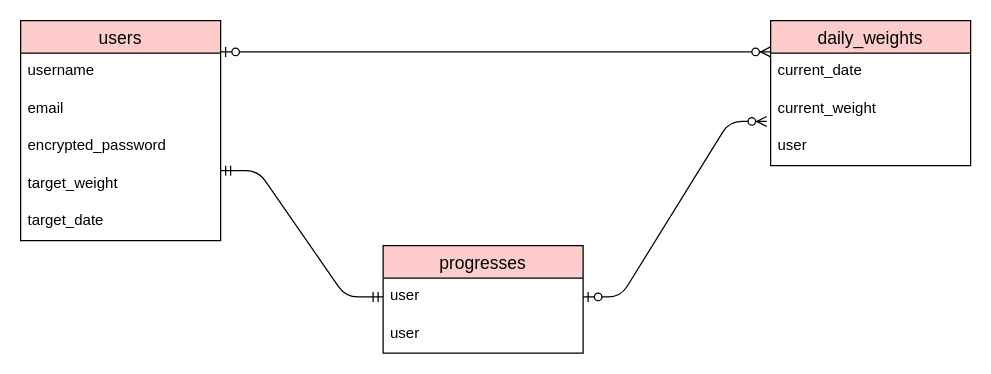
Before: ER.dio in SHUNOOFT/WeightLossTraker2, a draw.io diagram. Source tidied: cells renumbered, new cells numbered last; positions are measured from the earlier drawing's top-left corner, leaving out a move shared by most shapes. Both pictures are drawn from the tidied source at 125%, with x=0, y=0 at pixel (20, 20).
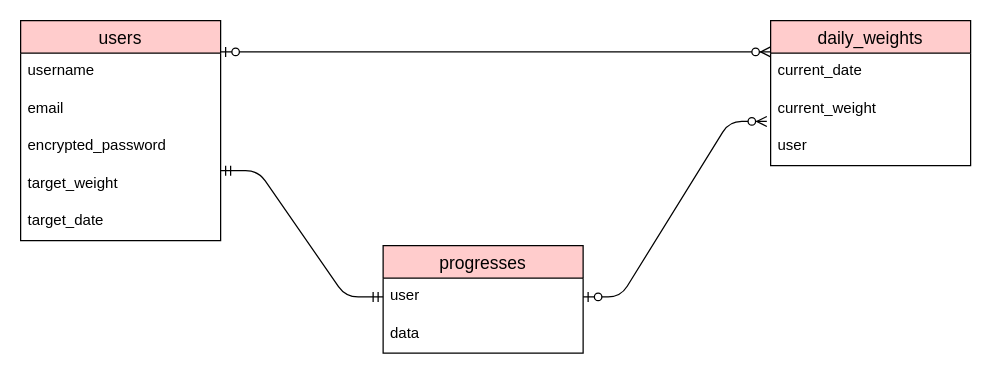
The same diagram, later.

Unchanged cells that the change refers to:
```xml
<mxCell id="12" value="progresses" style="swimlane;fontStyle=0;horizontal=1;startSize=26;align=center;fontSize=14;fillColor=#FFCCCC;rounded=0;" parent="1" vertex="1">
  <mxGeometry x="290" y="180" width="160" height="86" as="geometry" />
</mxCell>
```

Diff of the diagram source:
```diff
@@
-    <mxCell id="14" value="user" style="text;strokeColor=none;fillColor=none;spacingLeft=4;spacingRight=4;overflow=hidden;fontSize=12;rounded=0;" parent="12" vertex="1">
+    <mxCell id="14" value="data" style="text;strokeColor=none;fillColor=none;spacingLeft=4;spacingRight=4;overflow=hidden;fontSize=12;rounded=0;" parent="12" vertex="1">
       <mxGeometry y="56" width="160" height="30" as="geometry" />
     </mxCell>
```
